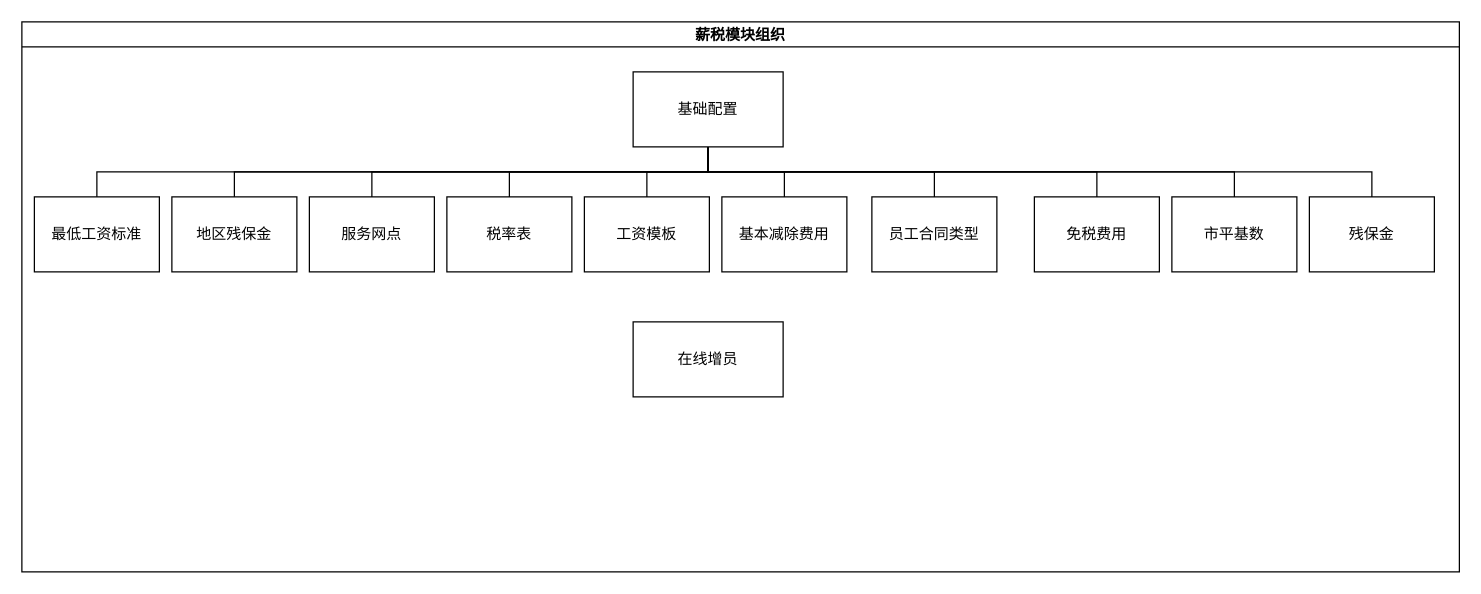
Above: 薪税概况图.drawio in hz-jyq/draw (draw.io), before the change. Source tidied: cells renumbered, new cells numbered last; positions are measured from the earlier drawing's top-left corner, leaving out a move shared by most shapes. Both pictures are drawn from the tidied source at 125%, with x=0, y=0 at pixel (21, 21).
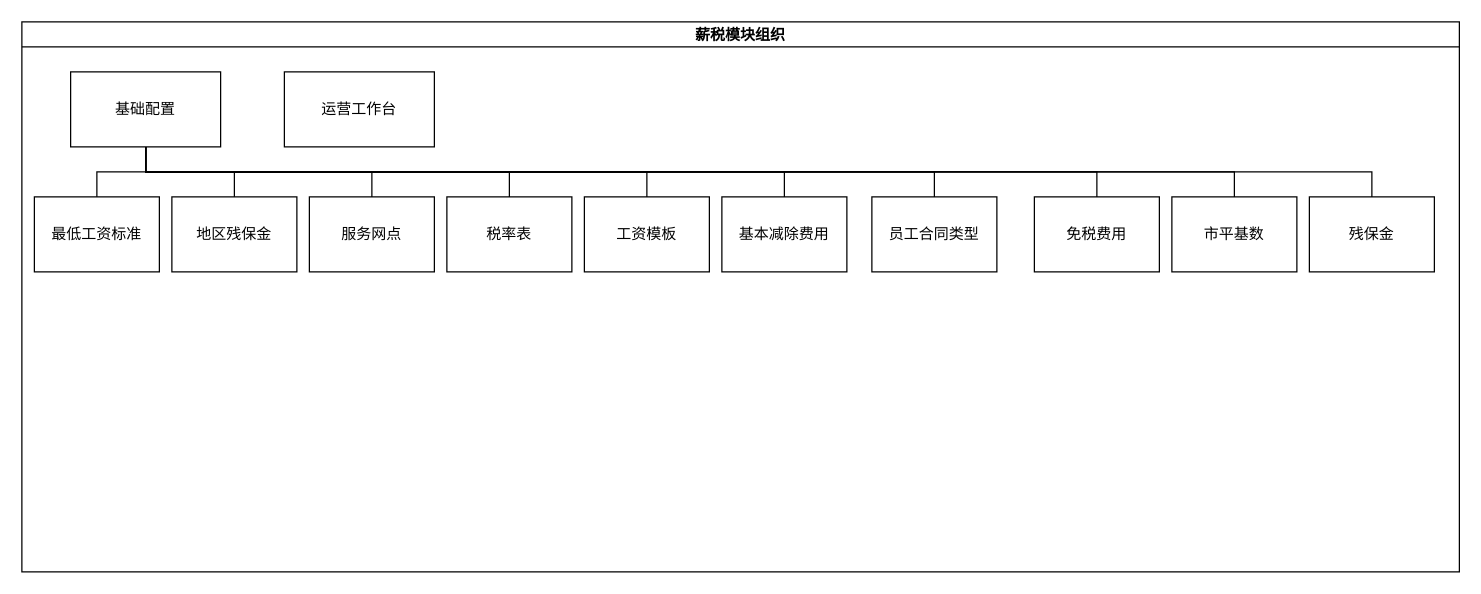
The same diagram, later.

Commit message (it also covers changes not shown here):
更新薪税概况图.drawio

Unchanged cells that the change refers to:
```xml
<mxCell id="2" value="薪税模块组织" style="swimlane;startSize=20;horizontal=1;containerType=tree;newEdgeStyle={&quot;edgeStyle&quot;:&quot;elbowEdgeStyle&quot;,&quot;startArrow&quot;:&quot;none&quot;,&quot;endArrow&quot;:&quot;none&quot;};" parent="1" vertex="1">
  <mxGeometry width="1150" height="440" as="geometry" />
</mxCell>
```

Diff of the diagram source:
```diff
@@
     <mxCell id="5" value="基础配置" style="whiteSpace=wrap;html=1;align=center;newEdgeStyle={&quot;edgeStyle&quot;:&quot;elbowEdgeStyle&quot;,&quot;startArrow&quot;:&quot;none&quot;,&quot;endArrow&quot;:&quot;none&quot;};" parent="2" vertex="1">
-      <mxGeometry x="489" y="40" width="120" height="60" as="geometry" />
+      <mxGeometry x="39" y="40" width="120" height="60" as="geometry" />
     </mxCell>
@@
-    <mxCell id="24" value="在线增员" style="whiteSpace=wrap;html=1;align=center;newEdgeStyle={&quot;edgeStyle&quot;:&quot;elbowEdgeStyle&quot;,&quot;startArrow&quot;:&quot;none&quot;,&quot;endArrow&quot;:&quot;none&quot;};" parent="2" vertex="1">
-      <mxGeometry x="489" y="240" width="120" height="60" as="geometry" />
+    <mxCell id="24" value="运营工作台" style="whiteSpace=wrap;html=1;align=center;newEdgeStyle={&quot;edgeStyle&quot;:&quot;elbowEdgeStyle&quot;,&quot;startArrow&quot;:&quot;none&quot;,&quot;endArrow&quot;:&quot;none&quot;};" parent="2" vertex="1">
+      <mxGeometry x="210" y="40" width="120" height="60" as="geometry" />
     </mxCell>
```
